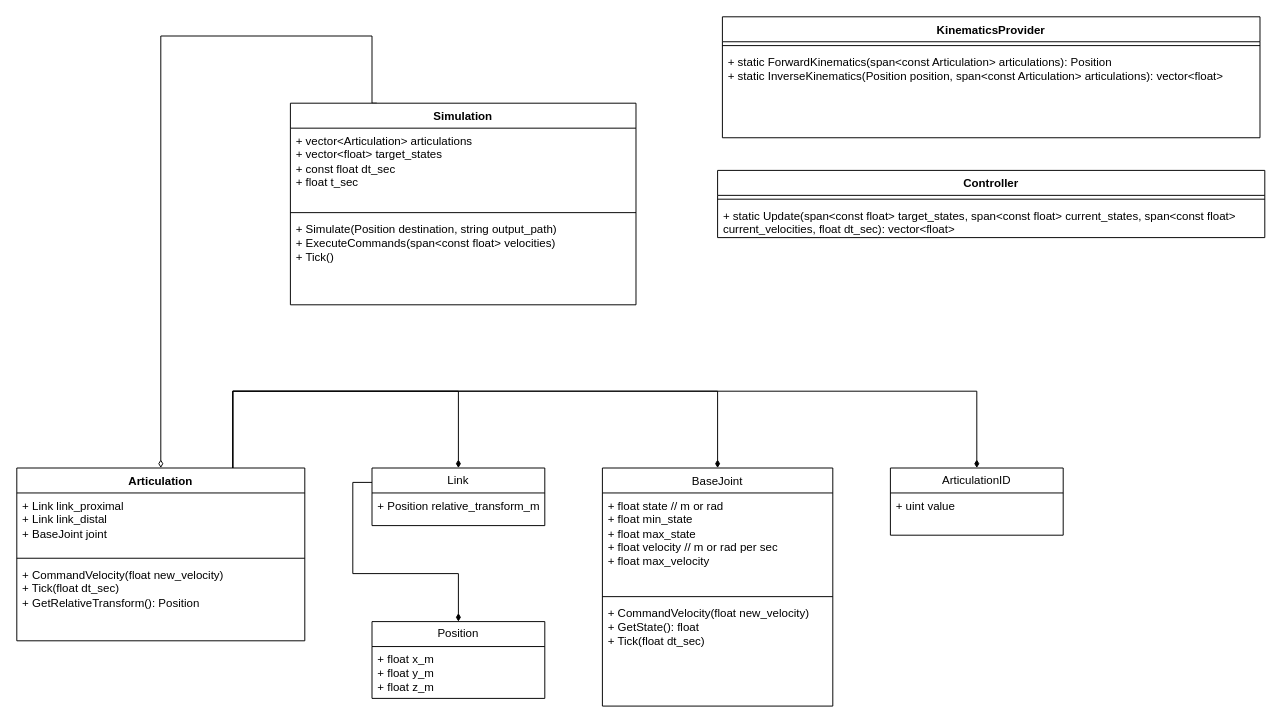
Before: c_cpp/robotics/arm_controller/ControllerDiagram.drawio in tom-lyden/devlab, a draw.io diagram. Source tidied: cells renumbered, new cells numbered last; positions are measured from the earlier drawing's top-left corner, leaving out a move shared by most shapes. Both pictures are drawn from the tidied source at 96%, with x=0, y=0 at pixel (16, 16).
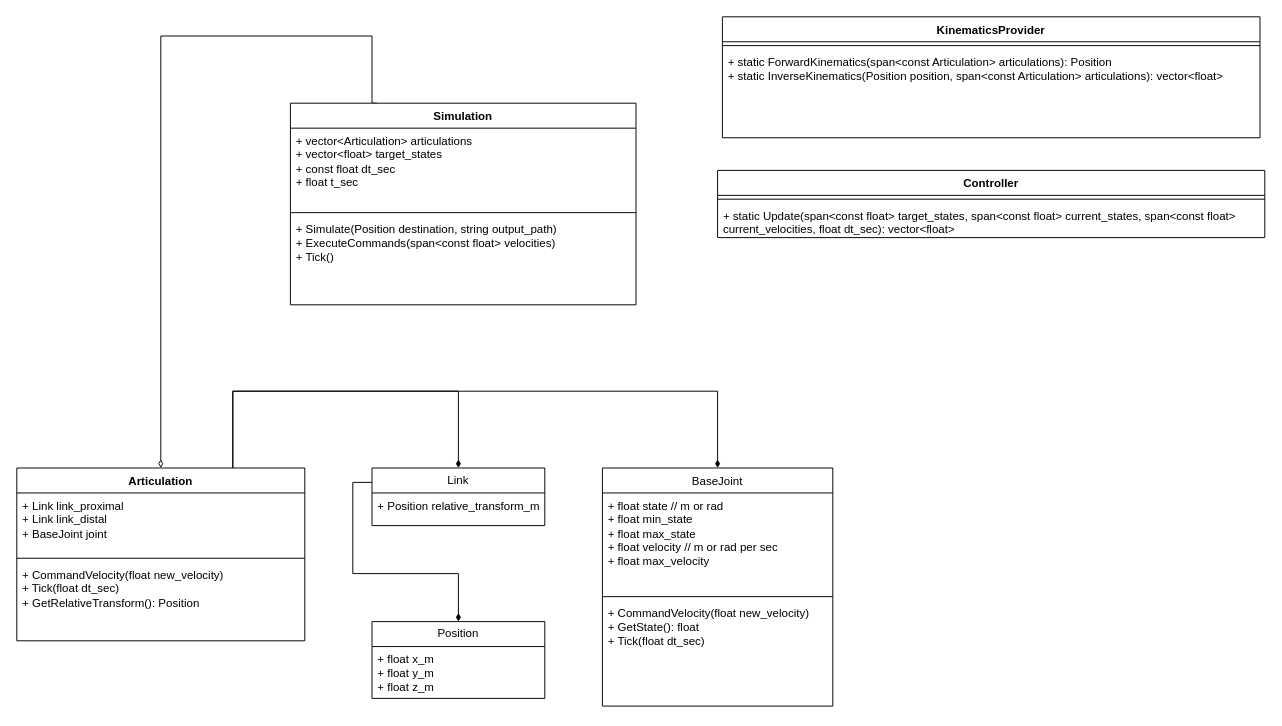
After the change.

Commit message (it also covers changes not shown here):
basic classes outline

Unchanged cells that the change refers to:
```xml
<mxCell id="12" value="Articulation" style="swimlane;fontStyle=1;align=center;verticalAlign=top;horizontal=1;startSize=26;whiteSpace=wrap;html=1;" parent="1" vertex="1">
  <mxGeometry y="470" width="300" height="180" as="geometry" />
</mxCell>
```

The edit, as a diff of the source:
```diff
@@
-    <mxCell id="11" style="edgeStyle=orthogonalEdgeStyle;rounded=0;jettySize=auto;html=1;exitX=0.75;exitY=0;exitDx=0;exitDy=0;entryX=0.5;entryY=0;entryDx=0;entryDy=0;endArrow=diamondThin;endFill=1;" parent="1" edge="1" source="12" target="23">
-      <mxGeometry relative="1" as="geometry">
-        <Array as="points">
-          <mxPoint x="225" y="390" />
-          <mxPoint x="1000" y="390" />
-        </Array>
-      </mxGeometry>
-    </mxCell>
@@
-    <mxCell id="23" value="ArticulationID" style="swimlane;fontStyle=0;horizontal=1;startSize=26;fillColor=none;whiteSpace=wrap;html=1;" parent="1" vertex="1">
-      <mxGeometry x="910" y="470" width="180" height="70" as="geometry" />
-    </mxCell>
-    <mxCell id="24" value="+ uint value" style="text;strokeColor=none;fillColor=none;align=left;verticalAlign=top;spacingLeft=4;spacingRight=4;overflow=hidden;whiteSpace=wrap;html=1;" parent="23" vertex="1">
-      <mxGeometry y="26" width="180" height="44" as="geometry" />
-    </mxCell>
```
